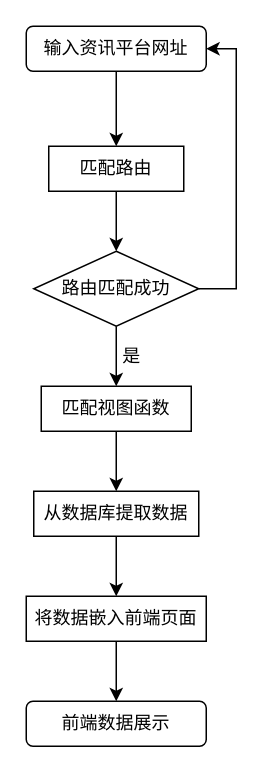
The draw.io diagram 数据展示流程分析.drawio in stormwasd/draw_io, before the edit. Source tidied: cells renumbered, new cells numbered last; positions are measured from the earlier drawing's top-left corner, leaving out a move shared by most shapes. Both pictures are drawn from the tidied source at 150%, with x=0, y=0 at pixel (26, 26).
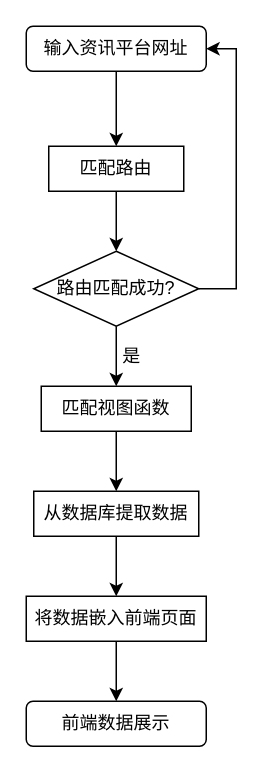
After the change.

Commit message:
Update 数据展示流程分析.drawio

Diff of the diagram source:
```diff
@@
 <mxGraphModel>
   <root>
     <mxCell id="0" />
     <mxCell id="1" parent="0" />
     <mxCell id="2" style="edgeStyle=orthogonalEdgeStyle;rounded=0;jettySize=auto;html=1;entryX=0.5;entryY=0;entryDx=0;entryDy=0;" parent="1" edge="1" source="3" target="5">
       <mxGeometry relative="1" as="geometry" />
     </mxCell>
     <mxCell id="3" value="输入资讯平台网址" style="rounded=1;whiteSpace=wrap;html=1;" parent="1" vertex="1">
       <mxGeometry width="120" height="30" as="geometry" />
     </mxCell>
     <mxCell id="4" style="edgeStyle=orthogonalEdgeStyle;rounded=0;jettySize=auto;html=1;entryX=0.5;entryY=0;entryDx=0;entryDy=0;" parent="1" edge="1" source="5">
       <mxGeometry relative="1" as="geometry">
         <mxPoint x="60" y="150" as="targetPoint" />
       </mxGeometry>
     </mxCell>
     <mxCell id="5" value="匹配路由" style="rounded=0;whiteSpace=wrap;html=1;" parent="1" vertex="1">
       <mxGeometry x="15" y="80" width="90" height="30" as="geometry" />
     </mxCell>
     <mxCell id="6" style="edgeStyle=orthogonalEdgeStyle;rounded=0;jettySize=auto;html=1;entryX=0.5;entryY=0;entryDx=0;entryDy=0;" parent="1" edge="1" source="8" target="10">
       <mxGeometry relative="1" as="geometry" />
     </mxCell>
     <mxCell id="7" style="edgeStyle=orthogonalEdgeStyle;rounded=0;jettySize=auto;html=1;entryX=1;entryY=0.5;entryDx=0;entryDy=0;" parent="1" edge="1" source="8" target="3">
       <mxGeometry relative="1" as="geometry">
         <Array as="points">
           <mxPoint x="140" y="175" />
           <mxPoint x="140" y="15" />
         </Array>
       </mxGeometry>
     </mxCell>
-    <mxCell id="8" value="路由匹配成功" style="rhombus;whiteSpace=wrap;html=1;" parent="1" vertex="1">
+    <mxCell id="8" value="路由匹配成功?" style="rhombus;whiteSpace=wrap;html=1;" parent="1" vertex="1">
       <mxGeometry x="5" y="150" width="110" height="50" as="geometry" />
     </mxCell>
     <mxCell id="9" style="edgeStyle=orthogonalEdgeStyle;rounded=0;jettySize=auto;html=1;entryX=0.5;entryY=0;entryDx=0;entryDy=0;" parent="1" edge="1" source="10" target="13">
       <mxGeometry relative="1" as="geometry" />
     </mxCell>
     <mxCell id="10" value="匹配视图函数" style="rounded=0;whiteSpace=wrap;html=1;" parent="1" vertex="1">
       <mxGeometry x="10" y="240" width="100" height="30" as="geometry" />
     </mxCell>
     <mxCell id="11" value="是" style="text;html=1;align=center;verticalAlign=middle;strokeColor=none;fillColor=none;" parent="1" vertex="1">
       <mxGeometry x="55" y="210" width="30" height="20" as="geometry" />
     </mxCell>
     <mxCell id="12" style="edgeStyle=orthogonalEdgeStyle;rounded=0;jettySize=auto;html=1;entryX=0.5;entryY=0;entryDx=0;entryDy=0;" parent="1" edge="1" source="13" target="15">
       <mxGeometry relative="1" as="geometry" />
     </mxCell>
     <mxCell id="13" value="从数据库提取数据" style="rounded=0;whiteSpace=wrap;html=1;" parent="1" vertex="1">
       <mxGeometry x="5" y="310" width="110" height="30" as="geometry" />
     </mxCell>
     <mxCell id="14" style="edgeStyle=orthogonalEdgeStyle;rounded=0;jettySize=auto;html=1;entryX=0.5;entryY=0;entryDx=0;entryDy=0;" parent="1" edge="1" source="15" target="16">
       <mxGeometry relative="1" as="geometry" />
     </mxCell>
     <mxCell id="15" value="将数据嵌入前端页面" style="rounded=0;whiteSpace=wrap;html=1;" parent="1" vertex="1">
       <mxGeometry y="380" width="120" height="30" as="geometry" />
     </mxCell>
     <mxCell id="16" value="&lt;span&gt;前端数据展示&lt;/span&gt;" style="rounded=1;whiteSpace=wrap;html=1;" parent="1" vertex="1">
       <mxGeometry y="450" width="120" height="30" as="geometry" />
     </mxCell>
   </root>
 </mxGraphModel>
```
